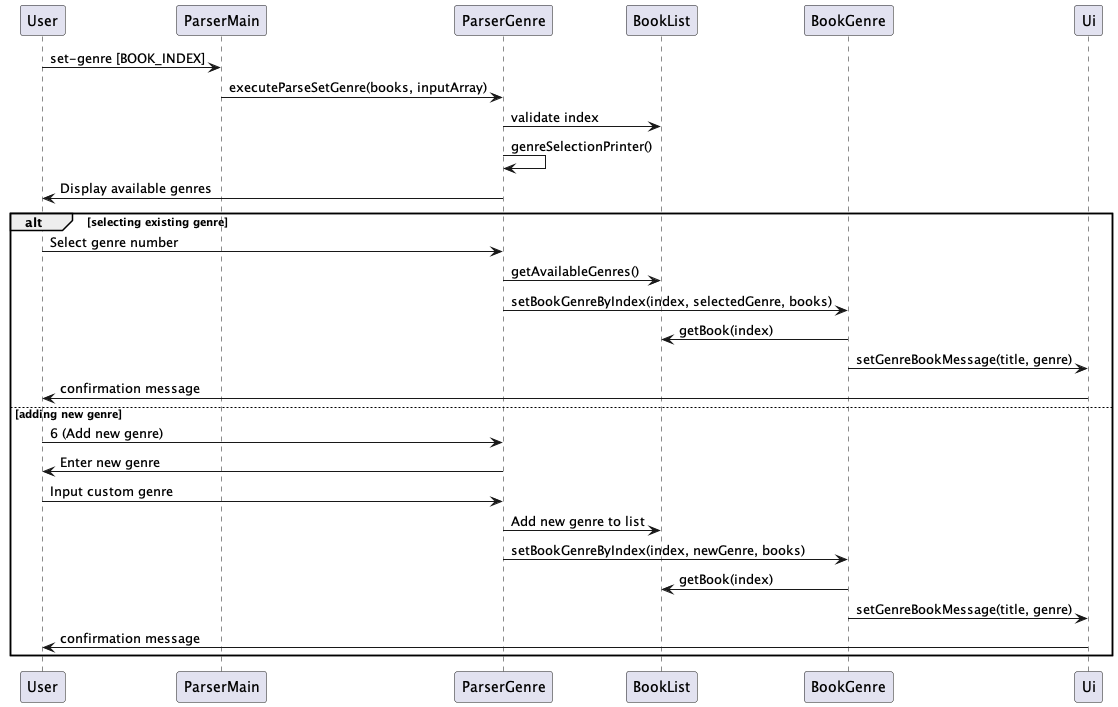
This is docs/UML_diagrams/SetGenreSequenceDiagram.png from AY2324S2-CS2113-F15-4/tp, a PlantUML export, as it was before one commit. Its diagram source:
```plantuml
@startuml
participant User
participant "ParserMain" as ParserMain
participant "ParserGenre" as ParserGenre
participant "BookList" as BookList
participant "BookGenre" as BookGenre
participant "Ui" as Ui

User -> ParserMain : set-genre [BOOK_INDEX]
ParserMain -> ParserGenre : executeParseSetGenre(books, inputArray)
ParserGenre -> BookList : validate index
ParserGenre -> ParserGenre : genreSelectionPrinter()
ParserGenre -> User : Display available genres

alt selecting existing genre
    User -> ParserGenre : Select genre number
    ParserGenre -> BookList : getAvailableGenres()
    ParserGenre -> BookGenre : setBookGenreByIndex(index, selectedGenre, books)
    BookGenre -> BookList : getBook(index)
    BookGenre -> Ui : setGenreBookMessage(title, genre)
    Ui -> User : confirmation message
else adding new genre
    User -> ParserGenre : 6 (Add new genre)
    ParserGenre -> User : Enter new genre
    User -> ParserGenre : Input custom genre
    ParserGenre -> BookList : Add new genre to list
    ParserGenre -> BookGenre : setBookGenreByIndex(index, newGenre, books)
    BookGenre -> BookList : getBook(index)
    BookGenre -> Ui : setGenreBookMessage(title, genre)
    Ui -> User : confirmation message
end

@enduml
```
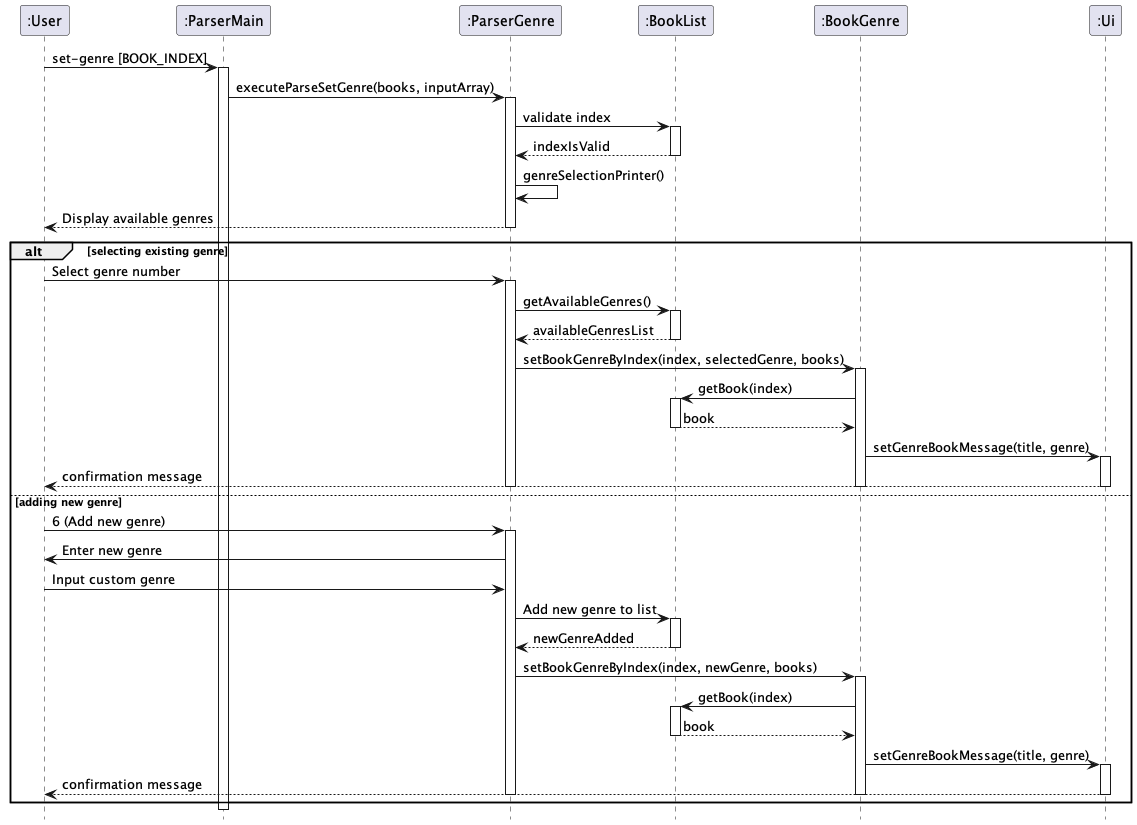
The same file after the commit.

Commit message:
Update Developer Guide to include sequence diagrams for set-label feature.

Diff of the diagram source:
```diff
@@ -1,33 +1,64 @@
 @startuml
-participant User
-participant "ParserMain" as ParserMain
-participant "ParserGenre" as ParserGenre
-participant "BookList" as BookList
-participant "BookGenre" as BookGenre
-participant "Ui" as Ui
+hide footbox
+participant ":User" as User
+participant ":ParserMain" as ParserMain
+participant ":ParserGenre" as ParserGenre
+participant ":BookList" as BookList
+participant ":BookGenre" as BookGenre
+participant ":Ui" as Ui
 
 User -> ParserMain : set-genre [BOOK_INDEX]
+activate ParserMain
 ParserMain -> ParserGenre : executeParseSetGenre(books, inputArray)
+activate ParserGenre
 ParserGenre -> BookList : validate index
+activate BookList
+BookList --> ParserGenre : indexIsValid
+deactivate BookList
 ParserGenre -> ParserGenre : genreSelectionPrinter()
-ParserGenre -> User : Display available genres
+ParserGenre --> User : Display available genres
+deactivate ParserGenre
 
 alt selecting existing genre
     User -> ParserGenre : Select genre number
+    activate ParserGenre
     ParserGenre -> BookList : getAvailableGenres()
+    activate BookList
+    BookList --> ParserGenre : availableGenresList
+    deactivate BookList
     ParserGenre -> BookGenre : setBookGenreByIndex(index, selectedGenre, books)
+    activate BookGenre
     BookGenre -> BookList : getBook(index)
+    activate BookList
+    BookList --> BookGenre : book
+    deactivate BookList
     BookGenre -> Ui : setGenreBookMessage(title, genre)
-    Ui -> User : confirmation message
+    activate Ui
+    Ui --> User : confirmation message
+    deactivate Ui
+    deactivate BookGenre
+    deactivate ParserGenre
 else adding new genre
     User -> ParserGenre : 6 (Add new genre)
+    activate ParserGenre
     ParserGenre -> User : Enter new genre
     User -> ParserGenre : Input custom genre
     ParserGenre -> BookList : Add new genre to list
+    activate BookList
+    BookList --> ParserGenre : newGenreAdded
+    deactivate BookList
     ParserGenre -> BookGenre : setBookGenreByIndex(index, newGenre, books)
+    activate BookGenre
     BookGenre -> BookList : getBook(index)
+    activate BookList
+    BookList --> BookGenre : book
+    deactivate BookList
     BookGenre -> Ui : setGenreBookMessage(title, genre)
-    Ui -> User : confirmation message
+    activate Ui
+    Ui --> User : confirmation message
+    deactivate Ui
+    deactivate BookGenre
+    deactivate ParserGenre
 end
-
+deactivate ParserMain
 @enduml
```
